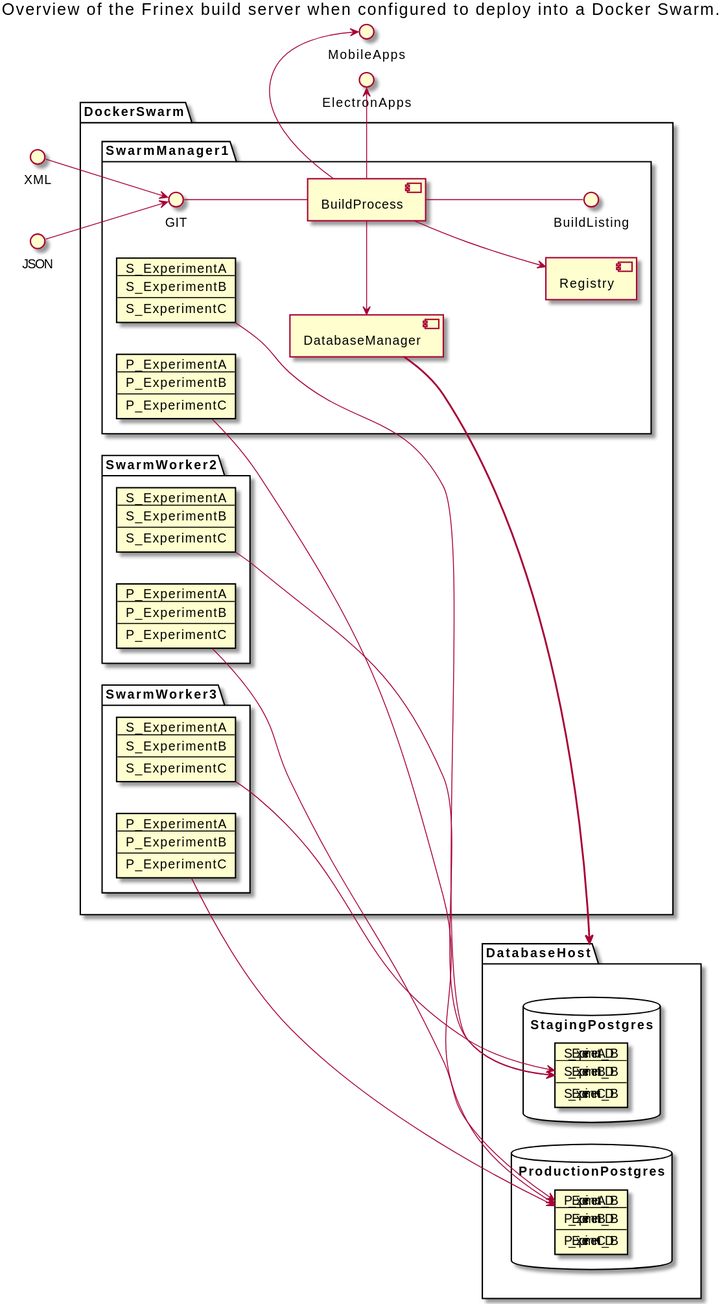
Before: src/main/uml/DockerSwarmOverview.svg, a diagram exported from PlantUML (MPI-ExperimentGroup/FrinexBuildService).
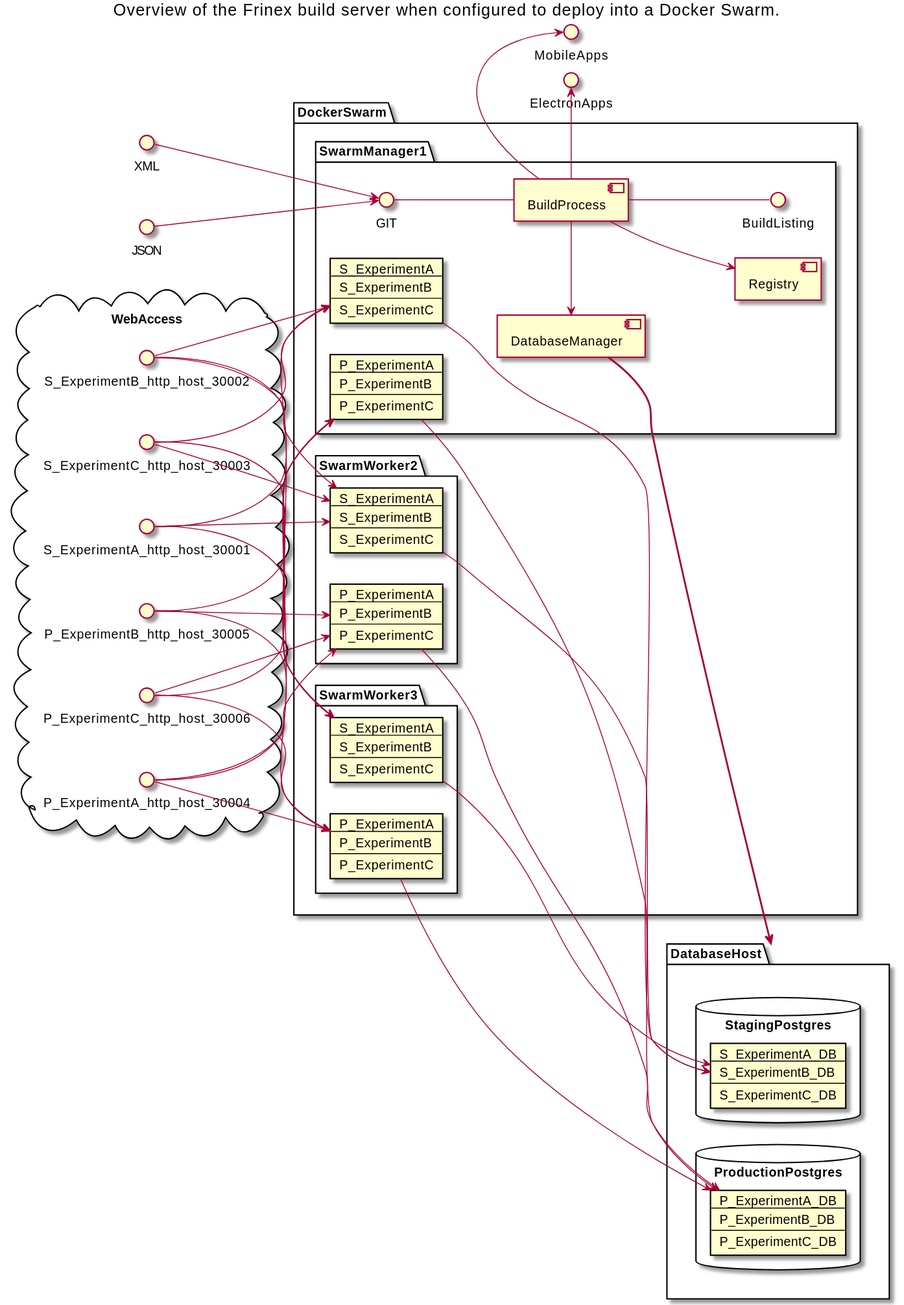
After the commit.

Commit message:
Added networking information to the UML diagrams.

Change to the diagram source:
```diff
@@ -94,4 +94,27 @@
 BuildProcess -ri-> MobileApps
 
 BuildProcess --> Registry
+
+cloud WebAccess {
+S_ExperimentA_http_host_30001 --> Staging1
+S_ExperimentA_http_host_30001 --> Staging2
+S_ExperimentA_http_host_30001 --> Staging3
+S_ExperimentB_http_host_30002 --> Staging1
+S_ExperimentB_http_host_30002 --> Staging2
+S_ExperimentB_http_host_30002 --> Staging3
+S_ExperimentC_http_host_30003 --> Staging1
+S_ExperimentC_http_host_30003 --> Staging2
+S_ExperimentC_http_host_30003 --> Staging3
+
+P_ExperimentA_http_host_30004 --> Production1
+P_ExperimentA_http_host_30004 --> Production2
+P_ExperimentA_http_host_30004 --> Production3
+P_ExperimentB_http_host_30005 --> Production1
+P_ExperimentB_http_host_30005 --> Production2
+P_ExperimentB_http_host_30005 --> Production3
+P_ExperimentC_http_host_30006 --> Production1
+P_ExperimentC_http_host_30006 --> Production2
+P_ExperimentC_http_host_30006 --> Production3
+}
+
 @enduml
```
